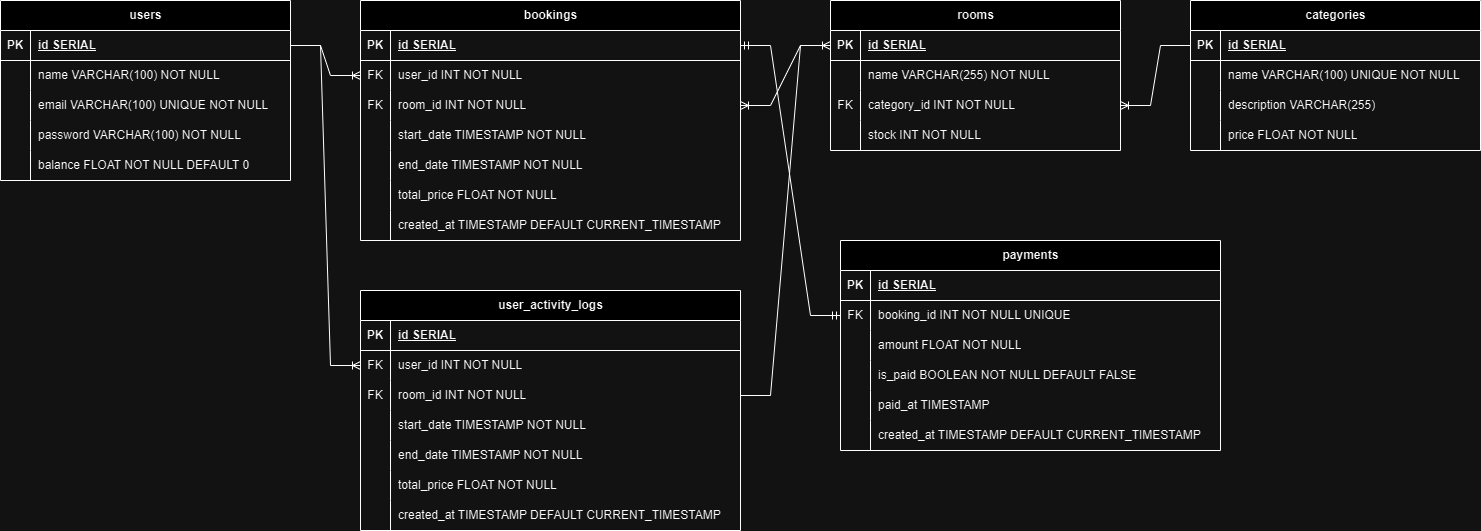
Dominus39/Hotel_Gardenia_API keeps this draw.io diagram as ERD.png. Above is the earlier version. Source tidied: cells renumbered, new cells last; positions are measured from the earlier drawing's top-left corner, leaving out a move shared by most shapes.
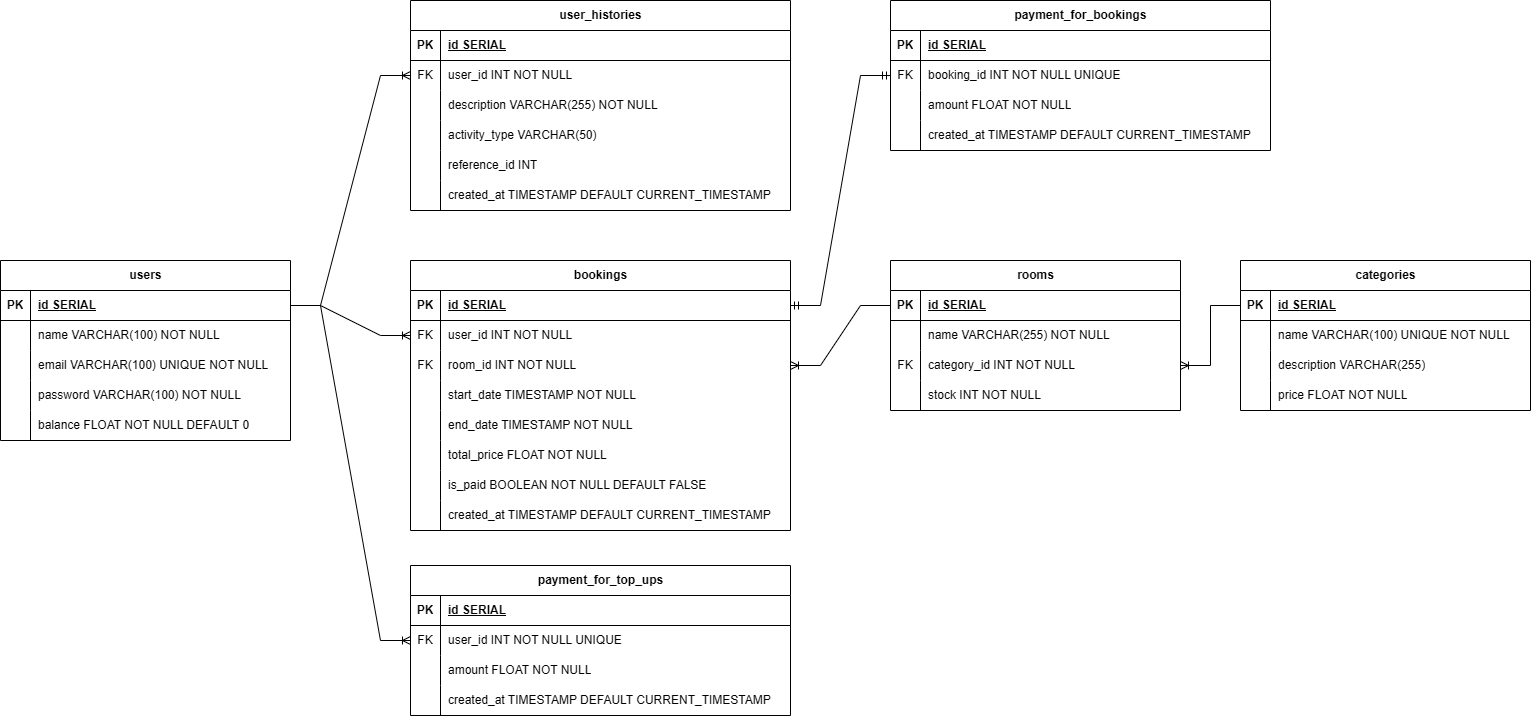
The same diagram one commit later.

Change to the diagram source:
```diff
@@ -3,7 +3,7 @@
     <mxCell id="0" />
     <mxCell id="1" parent="0" />
     <mxCell id="2" value="users" style="shape=table;startSize=30;rowLines=0;fontStyle=1;align=center;html=1;" parent="1" vertex="1">
-      <mxGeometry width="290" height="180" as="geometry" />
+      <mxGeometry x="-100" y="-20" width="290" height="180" as="geometry" />
     </mxCell>
     <mxCell id="3" style="shape=tableRow;horizontal=0;startSize=0;swimlaneHead=0;swimlaneBody=0;fillColor=none;points=[[0,0.5],[1,0.5]];portConstraint=eastwest;top=0;left=0;right=0;bottom=1;" parent="2" vertex="1">
       <mxGeometry y="30" width="290" height="30" as="geometry" />
@@ -51,7 +51,7 @@
       <mxGeometry x="30" width="260" height="30" as="geometry" />
     </mxCell>
     <mxCell id="18" value="categories" style="shape=table;startSize=30;rowLines=0;fontStyle=1;align=center;html=1;" parent="1" vertex="1">
-      <mxGeometry x="1190" width="290" height="150" as="geometry" />
+      <mxGeometry x="1140" y="-20" width="290" height="150" as="geometry" />
     </mxCell>
     <mxCell id="19" style="shape=tableRow;horizontal=0;startSize=0;swimlaneHead=0;swimlaneBody=0;fillColor=none;points=[[0,0.5],[1,0.5]];portConstraint=eastwest;top=0;left=0;right=0;bottom=1;" parent="18" vertex="1">
       <mxGeometry y="30" width="290" height="30" as="geometry" />
@@ -90,7 +90,7 @@
       <mxGeometry x="30" width="260" height="30" as="geometry" />
     </mxCell>
     <mxCell id="31" value="rooms" style="shape=table;startSize=30;rowLines=0;fontStyle=1;align=center;html=1;" parent="1" vertex="1">
-      <mxGeometry x="830" width="290" height="150" as="geometry" />
+      <mxGeometry x="790" y="-20" width="290" height="150" as="geometry" />
     </mxCell>
     <mxCell id="32" style="shape=tableRow;horizontal=0;startSize=0;swimlaneHead=0;swimlaneBody=0;fillColor=none;points=[[0,0.5],[1,0.5]];portConstraint=eastwest;top=0;left=0;right=0;bottom=1;" parent="31" vertex="1">
       <mxGeometry y="30" width="290" height="30" as="geometry" />
@@ -129,7 +129,7 @@
       <mxGeometry x="30" width="260" height="30" as="geometry" />
     </mxCell>
     <mxCell id="44" value="bookings" style="shape=table;startSize=30;rowLines=0;fontStyle=1;align=center;html=1;" parent="1" vertex="1">
-      <mxGeometry x="360" width="380" height="240" as="geometry" />
+      <mxGeometry x="310" y="-20" width="380" height="270" as="geometry" />
     </mxCell>
     <mxCell id="45" style="shape=tableRow;horizontal=0;startSize=0;swimlaneHead=0;swimlaneBody=0;fillColor=none;points=[[0,0.5],[1,0.5]];portConstraint=eastwest;top=0;left=0;right=0;bottom=1;" parent="44" vertex="1">
       <mxGeometry y="30" width="380" height="30" as="geometry" />
@@ -191,11 +191,20 @@
     <mxCell id="64" style="shape=partialRectangle;fillColor=none;top=0;left=0;bottom=0;right=0;overflow=hidden;whiteSpace=wrap;html=1;" parent="63" vertex="1">
       <mxGeometry width="30" height="30" as="geometry" />
     </mxCell>
-    <mxCell id="65" value="created_at TIMESTAMP DEFAULT CURRENT_TIMESTAMP" style="shape=partialRectangle;fillColor=none;top=0;left=0;bottom=0;right=0;align=left;spacingLeft=6;overflow=hidden;whiteSpace=wrap;html=1;" parent="63" vertex="1">
+    <mxCell id="65" value="is_paid BOOLEAN NOT NULL DEFAULT FALSE" style="shape=partialRectangle;fillColor=none;top=0;left=0;bottom=0;right=0;align=left;spacingLeft=6;overflow=hidden;whiteSpace=wrap;html=1;" parent="63" vertex="1">
       <mxGeometry x="30" width="350" height="30" as="geometry" />
     </mxCell>
+    <mxCell id="113" style="shape=tableRow;horizontal=0;startSize=0;swimlaneHead=0;swimlaneBody=0;fillColor=none;top=0;left=0;right=0;bottom=0;" parent="44" vertex="1">
+      <mxGeometry y="240" width="380" height="30" as="geometry" />
+    </mxCell>
+    <mxCell id="114" style="shape=partialRectangle;fillColor=none;top=0;left=0;bottom=0;right=0;overflow=hidden;whiteSpace=wrap;html=1;" parent="113" vertex="1">
+      <mxGeometry width="30" height="30" as="geometry" />
+    </mxCell>
+    <mxCell id="115" value="created_at TIMESTAMP DEFAULT CURRENT_TIMESTAMP" style="shape=partialRectangle;fillColor=none;top=0;left=0;bottom=0;right=0;align=left;spacingLeft=6;overflow=hidden;whiteSpace=wrap;html=1;" parent="113" vertex="1">
+      <mxGeometry x="30" width="350" height="30" as="geometry" />
+    </mxCell>
-    <mxCell id="66" value="payments" style="shape=table;startSize=30;rowLines=0;fontStyle=1;align=center;html=1;" parent="1" vertex="1">
-      <mxGeometry x="840" y="240" width="380" height="210" as="geometry" />
+    <mxCell id="66" value="payment_for_bookings" style="shape=table;startSize=30;rowLines=0;fontStyle=1;align=center;html=1;" parent="1" vertex="1">
+      <mxGeometry x="790" y="-280" width="380" height="150" as="geometry" />
     </mxCell>
     <mxCell id="67" style="shape=tableRow;horizontal=0;startSize=0;swimlaneHead=0;swimlaneBody=0;fillColor=none;top=0;left=0;right=0;bottom=1;" parent="66" vertex="1">
       <mxGeometry y="30" width="380" height="30" as="geometry" />
@@ -224,26 +233,8 @@
     <mxCell id="75" value="amount FLOAT NOT NULL" style="shape=partialRectangle;fillColor=none;top=0;left=0;bottom=0;right=0;align=left;spacingLeft=6;overflow=hidden;whiteSpace=wrap;html=1;" parent="73" vertex="1">
       <mxGeometry x="30" width="350" height="30" as="geometry" />
     </mxCell>
-    <mxCell id="76" style="shape=tableRow;horizontal=0;startSize=0;swimlaneHead=0;swimlaneBody=0;fillColor=none;top=0;left=0;right=0;bottom=0;" parent="66" vertex="1">
-      <mxGeometry y="120" width="380" height="30" as="geometry" />
-    </mxCell>
-    <mxCell id="77" style="shape=partialRectangle;fillColor=none;top=0;left=0;bottom=0;right=0;overflow=hidden;whiteSpace=wrap;html=1;" parent="76" vertex="1">
-      <mxGeometry width="30" height="30" as="geometry" />
-    </mxCell>
-    <mxCell id="78" value="is_paid BOOLEAN NOT NULL DEFAULT FALSE" style="shape=partialRectangle;fillColor=none;top=0;left=0;bottom=0;right=0;align=left;spacingLeft=6;overflow=hidden;whiteSpace=wrap;html=1;" parent="76" vertex="1">
-      <mxGeometry x="30" width="350" height="30" as="geometry" />
-    </mxCell>
-    <mxCell id="79" style="shape=tableRow;horizontal=0;startSize=0;swimlaneHead=0;swimlaneBody=0;fillColor=none;top=0;left=0;right=0;bottom=0;" parent="66" vertex="1">
-      <mxGeometry y="150" width="380" height="30" as="geometry" />
-    </mxCell>
-    <mxCell id="80" style="shape=partialRectangle;fillColor=none;top=0;left=0;bottom=0;right=0;overflow=hidden;whiteSpace=wrap;html=1;" parent="79" vertex="1">
-      <mxGeometry width="30" height="30" as="geometry" />
-    </mxCell>
-    <mxCell id="81" value="paid_at TIMESTAMP" style="shape=partialRectangle;fillColor=none;top=0;left=0;bottom=0;right=0;align=left;spacingLeft=6;overflow=hidden;whiteSpace=wrap;html=1;" parent="79" vertex="1">
-      <mxGeometry x="30" width="350" height="30" as="geometry" />
-    </mxCell>
     <mxCell id="82" style="shape=tableRow;horizontal=0;startSize=0;swimlaneHead=0;swimlaneBody=0;fillColor=none;top=0;left=0;right=0;bottom=0;" parent="66" vertex="1">
-      <mxGeometry y="180" width="380" height="30" as="geometry" />
+      <mxGeometry y="120" width="380" height="30" as="geometry" />
     </mxCell>
     <mxCell id="83" style="shape=partialRectangle;fillColor=none;top=0;left=0;bottom=0;right=0;overflow=hidden;whiteSpace=wrap;html=1;" parent="82" vertex="1">
       <mxGeometry width="30" height="30" as="geometry" />
@@ -251,8 +242,8 @@
     <mxCell id="84" value="created_at TIMESTAMP DEFAULT CURRENT_TIMESTAMP" style="shape=partialRectangle;fillColor=none;top=0;left=0;bottom=0;right=0;align=left;spacingLeft=6;overflow=hidden;whiteSpace=wrap;html=1;" parent="82" vertex="1">
       <mxGeometry x="30" width="350" height="30" as="geometry" />
     </mxCell>
-    <mxCell id="85" value="user_activity_logs" style="shape=table;startSize=30;rowLines=0;fontStyle=1;align=center;html=1;" parent="1" vertex="1">
-      <mxGeometry x="360" y="290" width="380" height="240" as="geometry" />
+    <mxCell id="85" value="user_histories" style="shape=table;startSize=30;rowLines=0;fontStyle=1;align=center;html=1;" parent="1" vertex="1">
+      <mxGeometry x="310" y="-280" width="380" height="210" as="geometry" />
     </mxCell>
     <mxCell id="86" style="shape=tableRow;horizontal=0;startSize=0;swimlaneHead=0;swimlaneBody=0;fillColor=none;top=0;left=0;right=0;bottom=1;" parent="85" vertex="1">
       <mxGeometry y="30" width="380" height="30" as="geometry" />
@@ -272,44 +263,35 @@
     <mxCell id="91" value="user_id INT NOT NULL" style="shape=partialRectangle;fillColor=none;top=0;left=0;bottom=0;right=0;align=left;spacingLeft=6;overflow=hidden;whiteSpace=wrap;html=1;" parent="89" vertex="1">
       <mxGeometry x="30" width="350" height="30" as="geometry" />
     </mxCell>
-    <mxCell id="92" style="shape=tableRow;horizontal=0;startSize=0;swimlaneHead=0;swimlaneBody=0;fillColor=none;points=[[0,0.5],[1,0.5]];portConstraint=eastwest;top=0;left=0;right=0;bottom=0;" parent="85" vertex="1">
-      <mxGeometry y="90" width="380" height="30" as="geometry" />
-    </mxCell>
-    <mxCell id="93" value="FK" style="shape=partialRectangle;fillColor=none;top=0;left=0;bottom=0;right=0;overflow=hidden;whiteSpace=wrap;html=1;" parent="92" vertex="1">
-      <mxGeometry width="30" height="30" as="geometry" />
-    </mxCell>
-    <mxCell id="94" value="room_id INT NOT NULL" style="shape=partialRectangle;fillColor=none;top=0;left=0;bottom=0;right=0;align=left;spacingLeft=6;overflow=hidden;whiteSpace=wrap;html=1;" parent="92" vertex="1">
-      <mxGeometry x="30" width="350" height="30" as="geometry" />
-    </mxCell>
     <mxCell id="95" style="shape=tableRow;horizontal=0;startSize=0;swimlaneHead=0;swimlaneBody=0;fillColor=none;top=0;left=0;right=0;bottom=0;" parent="85" vertex="1">
-      <mxGeometry y="120" width="380" height="30" as="geometry" />
+      <mxGeometry y="90" width="380" height="30" as="geometry" />
     </mxCell>
     <mxCell id="96" style="shape=partialRectangle;fillColor=none;top=0;left=0;bottom=0;right=0;overflow=hidden;whiteSpace=wrap;html=1;" parent="95" vertex="1">
       <mxGeometry width="30" height="30" as="geometry" />
     </mxCell>
-    <mxCell id="97" value="start_date TIMESTAMP NOT NULL" style="shape=partialRectangle;fillColor=none;top=0;left=0;bottom=0;right=0;align=left;spacingLeft=6;overflow=hidden;whiteSpace=wrap;html=1;" parent="95" vertex="1">
+    <mxCell id="97" value="description VARCHAR(255) NOT NULL&amp;nbsp;" style="shape=partialRectangle;fillColor=none;top=0;left=0;bottom=0;right=0;align=left;spacingLeft=6;overflow=hidden;whiteSpace=wrap;html=1;" parent="95" vertex="1">
       <mxGeometry x="30" width="350" height="30" as="geometry" />
     </mxCell>
     <mxCell id="98" style="shape=tableRow;horizontal=0;startSize=0;swimlaneHead=0;swimlaneBody=0;fillColor=none;top=0;left=0;right=0;bottom=0;" parent="85" vertex="1">
-      <mxGeometry y="150" width="380" height="30" as="geometry" />
+      <mxGeometry y="120" width="380" height="30" as="geometry" />
     </mxCell>
     <mxCell id="99" style="shape=partialRectangle;fillColor=none;top=0;left=0;bottom=0;right=0;overflow=hidden;whiteSpace=wrap;html=1;" parent="98" vertex="1">
       <mxGeometry width="30" height="30" as="geometry" />
     </mxCell>
-    <mxCell id="100" value="end_date TIMESTAMP NOT NULL" style="shape=partialRectangle;fillColor=none;top=0;left=0;bottom=0;right=0;align=left;spacingLeft=6;overflow=hidden;whiteSpace=wrap;html=1;" parent="98" vertex="1">
+    <mxCell id="100" value="activity_type VARCHAR(50)&amp;nbsp;" style="shape=partialRectangle;fillColor=none;top=0;left=0;bottom=0;right=0;align=left;spacingLeft=6;overflow=hidden;whiteSpace=wrap;html=1;" parent="98" vertex="1">
       <mxGeometry x="30" width="350" height="30" as="geometry" />
     </mxCell>
     <mxCell id="101" style="shape=tableRow;horizontal=0;startSize=0;swimlaneHead=0;swimlaneBody=0;fillColor=none;top=0;left=0;right=0;bottom=0;" parent="85" vertex="1">
-      <mxGeometry y="180" width="380" height="30" as="geometry" />
+      <mxGeometry y="150" width="380" height="30" as="geometry" />
     </mxCell>
     <mxCell id="102" style="shape=partialRectangle;fillColor=none;top=0;left=0;bottom=0;right=0;overflow=hidden;whiteSpace=wrap;html=1;" parent="101" vertex="1">
       <mxGeometry width="30" height="30" as="geometry" />
     </mxCell>
-    <mxCell id="103" value="total_price FLOAT NOT NULL" style="shape=partialRectangle;fillColor=none;top=0;left=0;bottom=0;right=0;align=left;spacingLeft=6;overflow=hidden;whiteSpace=wrap;html=1;" parent="101" vertex="1">
+    <mxCell id="103" value="reference_id INT" style="shape=partialRectangle;fillColor=none;top=0;left=0;bottom=0;right=0;align=left;spacingLeft=6;overflow=hidden;whiteSpace=wrap;html=1;" parent="101" vertex="1">
       <mxGeometry x="30" width="350" height="30" as="geometry" />
     </mxCell>
     <mxCell id="104" style="shape=tableRow;horizontal=0;startSize=0;swimlaneHead=0;swimlaneBody=0;fillColor=none;top=0;left=0;right=0;bottom=0;" parent="85" vertex="1">
-      <mxGeometry y="210" width="380" height="30" as="geometry" />
+      <mxGeometry y="180" width="380" height="30" as="geometry" />
     </mxCell>
     <mxCell id="105" style="shape=partialRectangle;fillColor=none;top=0;left=0;bottom=0;right=0;overflow=hidden;whiteSpace=wrap;html=1;" parent="104" vertex="1">
       <mxGeometry width="30" height="30" as="geometry" />
@@ -326,14 +308,53 @@
     <mxCell id="109" style="edgeStyle=entityRelationEdgeStyle;fontSize=12;html=1;endArrow=ERmandOne;startArrow=ERmandOne;rounded=0;exitX=1;exitY=0.5;exitDx=0;exitDy=0;entryX=0;entryY=0.5;entryDx=0;entryDy=0;" parent="1" edge="1" source="45" target="70">
       <mxGeometry relative="1" as="geometry" />
     </mxCell>
-    <mxCell id="110" style="edgeStyle=entityRelationEdgeStyle;fontSize=12;html=1;endArrow=ERoneToMany;rounded=0;exitX=1;exitY=0.5;exitDx=0;exitDy=0;entryX=0;entryY=0.5;entryDx=0;entryDy=0;" parent="1" edge="1" source="92" target="32">
-      <mxGeometry relative="1" as="geometry" />
-    </mxCell>
     <mxCell id="111" style="edgeStyle=entityRelationEdgeStyle;fontSize=12;html=1;endArrow=ERoneToMany;rounded=0;exitX=0;exitY=0.5;exitDx=0;exitDy=0;entryX=1;entryY=0.5;entryDx=0;entryDy=0;" parent="1" edge="1" source="19" target="38">
       <mxGeometry relative="1" as="geometry" />
     </mxCell>
     <mxCell id="112" style="edgeStyle=entityRelationEdgeStyle;fontSize=12;html=1;endArrow=ERoneToMany;rounded=0;exitX=1;exitY=0.5;exitDx=0;exitDy=0;entryX=0;entryY=0.5;entryDx=0;entryDy=0;" parent="1" edge="1" source="3" target="89">
       <mxGeometry relative="1" as="geometry" />
     </mxCell>
+    <mxCell id="116" value="payment_for_top_ups" style="shape=table;startSize=30;rowLines=0;fontStyle=1;align=center;html=1;" parent="1" vertex="1">
+      <mxGeometry x="310" y="285" width="380" height="150" as="geometry" />
+    </mxCell>
+    <mxCell id="117" style="shape=tableRow;horizontal=0;startSize=0;swimlaneHead=0;swimlaneBody=0;fillColor=none;top=0;left=0;right=0;bottom=1;" parent="116" vertex="1">
+      <mxGeometry y="30" width="380" height="30" as="geometry" />
+    </mxCell>
+    <mxCell id="118" value="PK" style="shape=partialRectangle;fillColor=none;top=0;left=0;bottom=0;right=0;fontStyle=1;overflow=hidden;whiteSpace=wrap;html=1;" parent="117" vertex="1">
+      <mxGeometry width="30" height="30" as="geometry" />
+    </mxCell>
+    <mxCell id="119" value="id SERIAL" style="shape=partialRectangle;fillColor=none;top=0;left=0;bottom=0;right=0;align=left;spacingLeft=6;fontStyle=5;overflow=hidden;whiteSpace=wrap;html=1;" parent="117" vertex="1">
+      <mxGeometry x="30" width="350" height="30" as="geometry" />
+    </mxCell>
+    <mxCell id="120" style="shape=tableRow;horizontal=0;startSize=0;swimlaneHead=0;swimlaneBody=0;fillColor=none;points=[[0,0.5],[1,0.5]];portConstraint=eastwest;top=0;left=0;right=0;bottom=0;" parent="116" vertex="1">
+      <mxGeometry y="60" width="380" height="30" as="geometry" />
+    </mxCell>
+    <mxCell id="93" value="FK" style="shape=partialRectangle;fillColor=none;top=0;left=0;bottom=0;right=0;overflow=hidden;whiteSpace=wrap;html=1;" parent="120" vertex="1">
+      <mxGeometry width="30" height="30" as="geometry" />
+    </mxCell>
+    <mxCell id="121" value="user_id INT NOT NULL UNIQUE" style="shape=partialRectangle;fillColor=none;top=0;left=0;bottom=0;right=0;align=left;spacingLeft=6;overflow=hidden;whiteSpace=wrap;html=1;" parent="120" vertex="1">
+      <mxGeometry x="30" width="350" height="30" as="geometry" />
+    </mxCell>
+    <mxCell id="92" style="shape=tableRow;horizontal=0;startSize=0;swimlaneHead=0;swimlaneBody=0;fillColor=none;points=[[0,0.5],[1,0.5]];portConstraint=eastwest;top=0;left=0;right=0;bottom=0;" parent="116" vertex="1">
+      <mxGeometry y="90" width="380" height="30" as="geometry" />
+    </mxCell>
+    <mxCell id="122" style="shape=partialRectangle;fillColor=none;top=0;left=0;bottom=0;right=0;overflow=hidden;whiteSpace=wrap;html=1;" parent="92" vertex="1">
+      <mxGeometry width="30" height="30" as="geometry" />
+    </mxCell>
+    <mxCell id="123" value="amount FLOAT NOT NULL" style="shape=partialRectangle;fillColor=none;top=0;left=0;bottom=0;right=0;align=left;spacingLeft=6;overflow=hidden;whiteSpace=wrap;html=1;" parent="92" vertex="1">
+      <mxGeometry x="30" width="350" height="30" as="geometry" />
+    </mxCell>
+    <mxCell id="76" style="shape=tableRow;horizontal=0;startSize=0;swimlaneHead=0;swimlaneBody=0;fillColor=none;top=0;left=0;right=0;bottom=0;" parent="116" vertex="1">
+      <mxGeometry y="120" width="380" height="30" as="geometry" />
+    </mxCell>
+    <mxCell id="124" style="shape=partialRectangle;fillColor=none;top=0;left=0;bottom=0;right=0;overflow=hidden;whiteSpace=wrap;html=1;" parent="76" vertex="1">
+      <mxGeometry width="30" height="30" as="geometry" />
+    </mxCell>
+    <mxCell id="125" value="created_at TIMESTAMP DEFAULT CURRENT_TIMESTAMP" style="shape=partialRectangle;fillColor=none;top=0;left=0;bottom=0;right=0;align=left;spacingLeft=6;overflow=hidden;whiteSpace=wrap;html=1;" parent="76" vertex="1">
+      <mxGeometry x="30" width="350" height="30" as="geometry" />
+    </mxCell>
+    <mxCell id="126" style="edgeStyle=entityRelationEdgeStyle;fontSize=12;html=1;endArrow=ERoneToMany;rounded=0;exitX=1;exitY=0.5;exitDx=0;exitDy=0;entryX=0;entryY=0.5;entryDx=0;entryDy=0;" parent="1" edge="1" source="3" target="120">
+      <mxGeometry relative="1" as="geometry" />
+    </mxCell>
   </root>
 </mxGraphModel>
```
